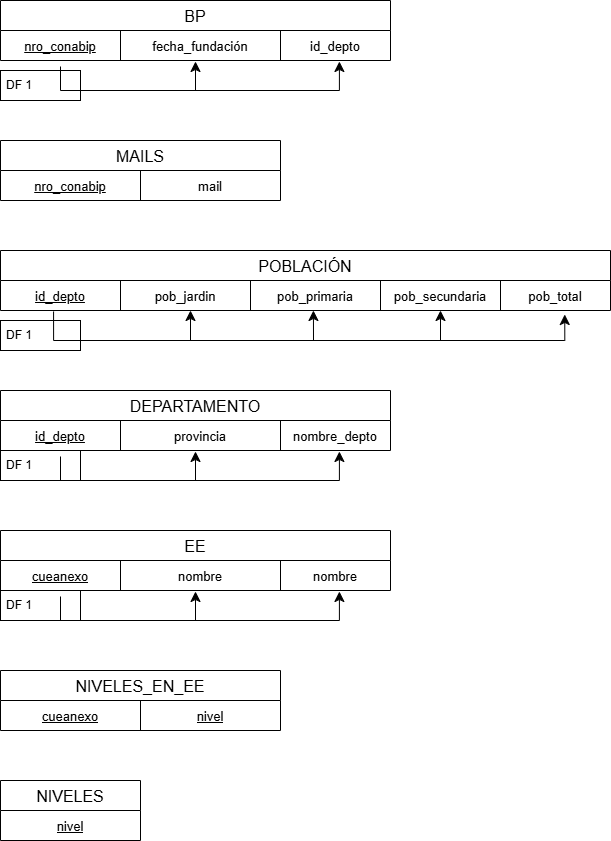
Above: RelacionesEnFormatoPNG.png in alessialima/TP-LABO-DE-DATOS- (draw.io), before the change. Source tidied: cells renumbered, new cells last; positions are measured from the earlier drawing's top-left corner, leaving out a move shared by most shapes.
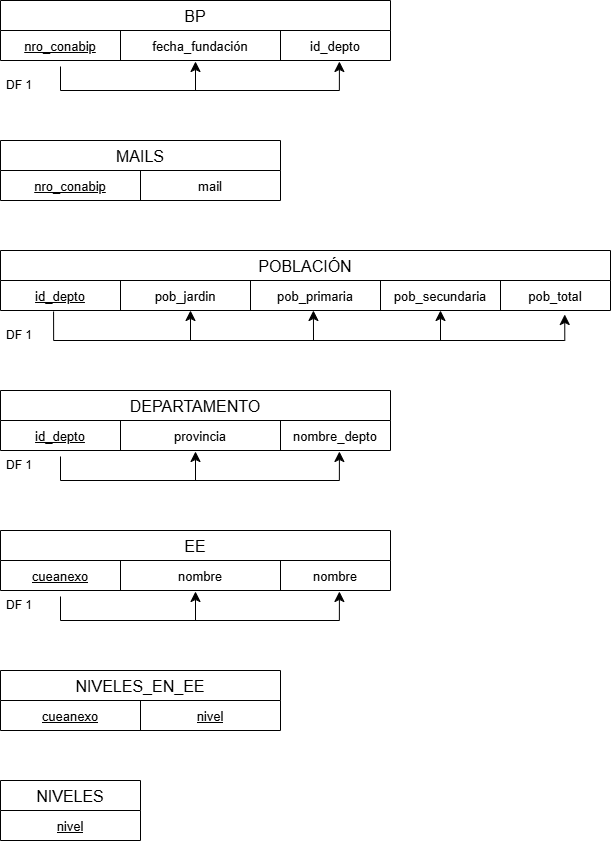
The same diagram one commit later.

Change to the diagram source:
```diff
@@ -17,7 +17,7 @@
     <mxCell id="6" value="&lt;font style=&quot;font-size: 13px;&quot;&gt;id_depto&lt;/font&gt;" style="shape=partialRectangle;html=1;whiteSpace=wrap;overflow=hidden;fillColor=none;top=0;left=0;bottom=0;right=0;fontSize=16;labelBackgroundColor=none;swimlaneLine=1;strokeColor=light-dark(#000000,#000000);fontColor=light-dark(#000000,#000000);" parent="3" vertex="1">
       <mxGeometry x="280" width="110" height="30" as="geometry" />
     </mxCell>
-    <mxCell id="7" value="DF 1" style="text;fillColor=none;align=left;verticalAlign=middle;spacingLeft=4;spacingRight=4;overflow=hidden;points=[[0,0.5],[1,0.5]];portConstraint=eastwest;whiteSpace=wrap;html=1;labelBackgroundColor=none;swimlaneLine=1;strokeColor=light-dark(#000000,#000000);fontColor=light-dark(#000000,#000000);" parent="1" vertex="1">
+    <mxCell id="7" value="DF 1" style="text;fillColor=none;align=left;verticalAlign=middle;spacingLeft=4;spacingRight=4;overflow=hidden;points=[[0,0.5],[1,0.5]];portConstraint=eastwest;whiteSpace=wrap;html=1;labelBackgroundColor=none;swimlaneLine=1;strokeColor=none;fontColor=light-dark(#000000,#000000);" parent="1" vertex="1">
       <mxGeometry y="70" width="80" height="30" as="geometry" />
     </mxCell>
     <mxCell id="8" style="edgeStyle=segmentEdgeStyle;endArrow=classic;html=1;curved=0;rounded=0;endSize=8;startSize=8;entryX=0.869;entryY=1.033;entryDx=0;entryDy=0;entryPerimeter=0;exitX=0.75;exitY=-0.133;exitDx=0;exitDy=0;exitPerimeter=0;fontColor=light-dark(#000000,#000000);labelBackgroundColor=none;swimlaneLine=1;fillColor=none;strokeColor=light-dark(#000000,#000000);" parent="1" edge="1" source="7" target="3">
@@ -91,7 +91,7 @@
         <mxPoint x="440" y="310" as="targetPoint" />
       </mxGeometry>
     </mxCell>
-    <mxCell id="25" value="DF 1" style="text;fillColor=none;align=left;verticalAlign=middle;spacingLeft=4;spacingRight=4;overflow=hidden;whiteSpace=wrap;html=1;labelBackgroundColor=none;swimlaneLine=1;strokeColor=light-dark(#000000,#000000);fontColor=light-dark(#000000,#000000);" parent="1" vertex="1">
+    <mxCell id="25" value="DF 1" style="text;fillColor=none;align=left;verticalAlign=middle;spacingLeft=4;spacingRight=4;overflow=hidden;whiteSpace=wrap;html=1;labelBackgroundColor=none;swimlaneLine=1;strokeColor=none;fontColor=light-dark(#000000,#000000);" parent="1" vertex="1">
       <mxGeometry y="320" width="80" height="30" as="geometry" />
     </mxCell>
     <mxCell id="26" value="DEPARTAMENTO" style="shape=table;startSize=30;fontSize=16;labelBackgroundColor=none;swimlaneLine=1;fillColor=none;strokeColor=light-dark(#000000,#000000);fontColor=light-dark(#000000,#000000);" parent="1" vertex="1">
@@ -123,7 +123,7 @@
         <mxPoint x="195" y="480" as="sourcePoint" />
       </mxGeometry>
     </mxCell>
-    <mxCell id="33" value="DF 1" style="text;fillColor=none;align=left;verticalAlign=middle;spacingLeft=4;spacingRight=4;overflow=hidden;whiteSpace=wrap;html=1;labelBackgroundColor=none;swimlaneLine=1;strokeColor=light-dark(#000000,#000000);fontColor=light-dark(#000000,#000000);" parent="1" vertex="1">
+    <mxCell id="33" value="DF 1" style="text;fillColor=none;align=left;verticalAlign=middle;spacingLeft=4;spacingRight=4;overflow=hidden;whiteSpace=wrap;html=1;labelBackgroundColor=none;swimlaneLine=1;strokeColor=none;fontColor=light-dark(#000000,#000000);" parent="1" vertex="1">
       <mxGeometry y="450" width="80" height="30" as="geometry" />
     </mxCell>
     <mxCell id="34" value="EE" style="shape=table;startSize=30;fontSize=16;labelBackgroundColor=none;swimlaneLine=1;fillColor=none;strokeColor=light-dark(#000000,#000000);fontColor=light-dark(#000000,#000000);" parent="1" vertex="1">
@@ -155,7 +155,7 @@
         <mxPoint x="195" y="620" as="sourcePoint" />
       </mxGeometry>
     </mxCell>
-    <mxCell id="41" value="DF 1" style="text;fillColor=none;align=left;verticalAlign=middle;spacingLeft=4;spacingRight=4;overflow=hidden;whiteSpace=wrap;html=1;labelBackgroundColor=none;swimlaneLine=1;strokeColor=light-dark(#000000,#000000);fontColor=light-dark(#000000,#000000);" parent="1" vertex="1">
+    <mxCell id="41" value="DF 1" style="text;fillColor=none;align=left;verticalAlign=middle;spacingLeft=4;spacingRight=4;overflow=hidden;whiteSpace=wrap;html=1;labelBackgroundColor=none;swimlaneLine=1;strokeColor=none;fontColor=light-dark(#000000,#000000);" parent="1" vertex="1">
       <mxGeometry y="590" width="80" height="30" as="geometry" />
     </mxCell>
     <mxCell id="42" value="NIVELES_EN_EE" style="shape=table;startSize=30;fontSize=16;labelBackgroundColor=none;swimlaneLine=1;fillColor=none;strokeColor=light-dark(#000000,#000000);fontColor=light-dark(#000000,#000000);" parent="1" vertex="1">
```
